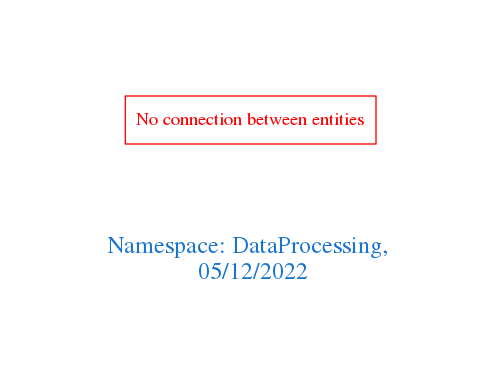
Before: downloads/DataProcessing.png, a diagram exported from Graphviz (arago/OGIT). Its source is kept beside it as downloads/DataProcessing.dot.
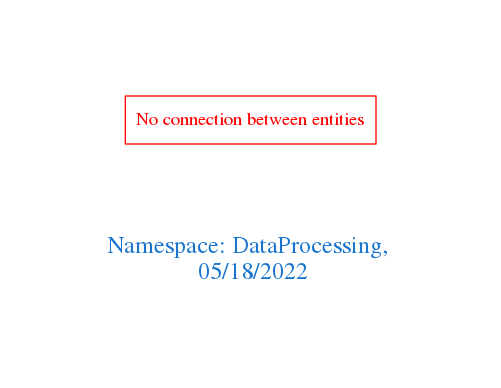
The same diagram one commit later.

Change to the diagram source:
```diff
@@ -1,7 +1,7 @@
 digraph OGIT_ontology {
  graph [ rankdir= LR,pad=1
 fontsize = 18,
-fontcolor= dodgerblue3,label = "\n\n\nNamespace: DataProcessing, \n 05/12/2022"];
+fontcolor= dodgerblue3,label = "\n\n\nNamespace: DataProcessing, \n 05/18/2022"];
 node[shape=polygon];
 edge [  color="gray81"];
 
```
